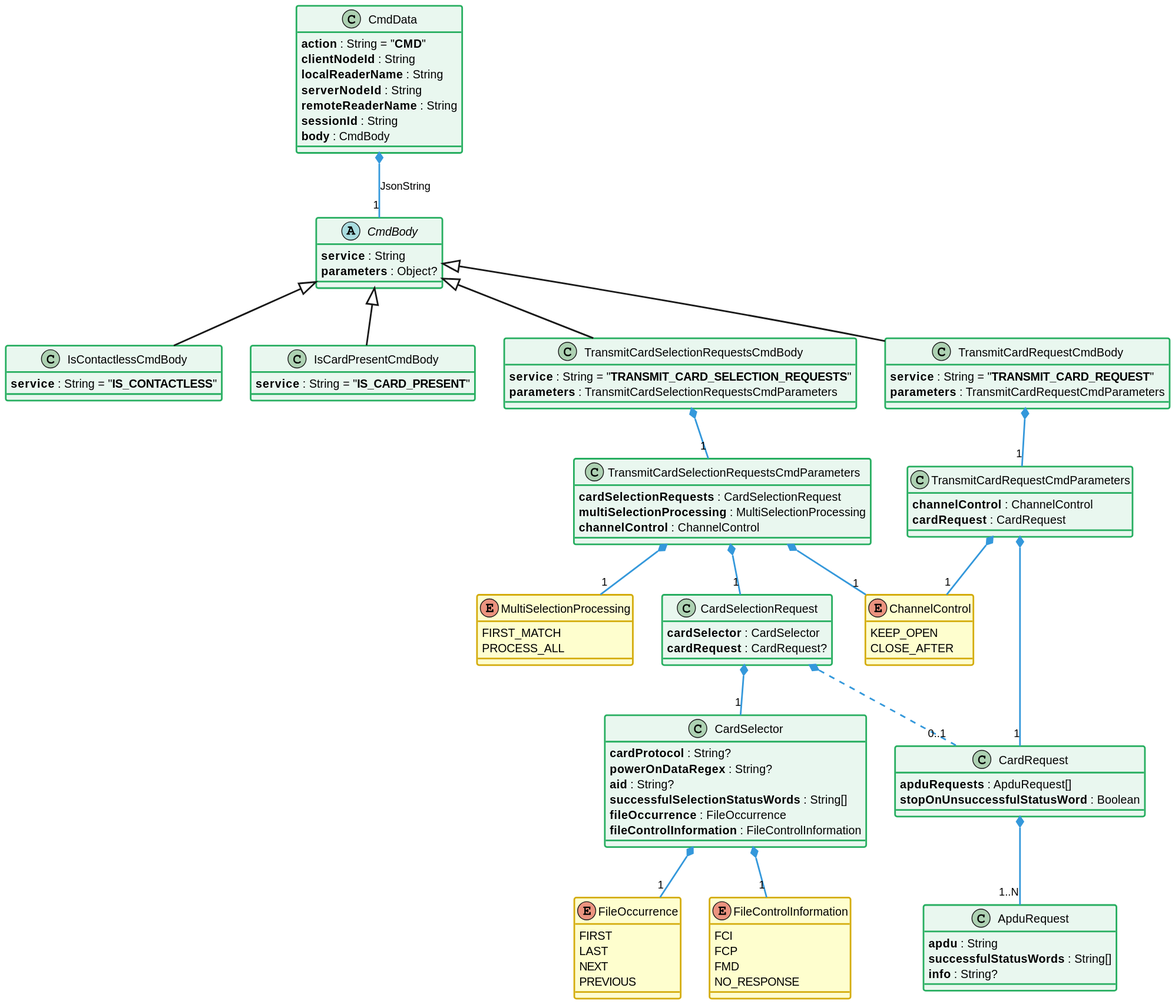
Before: static/media/learn/user-guide/distributed-json-api/distributedJsonApi_classDiagram_cmd.svg, a diagram exported from PlantUML (eclipse-keyple/keyple-website).
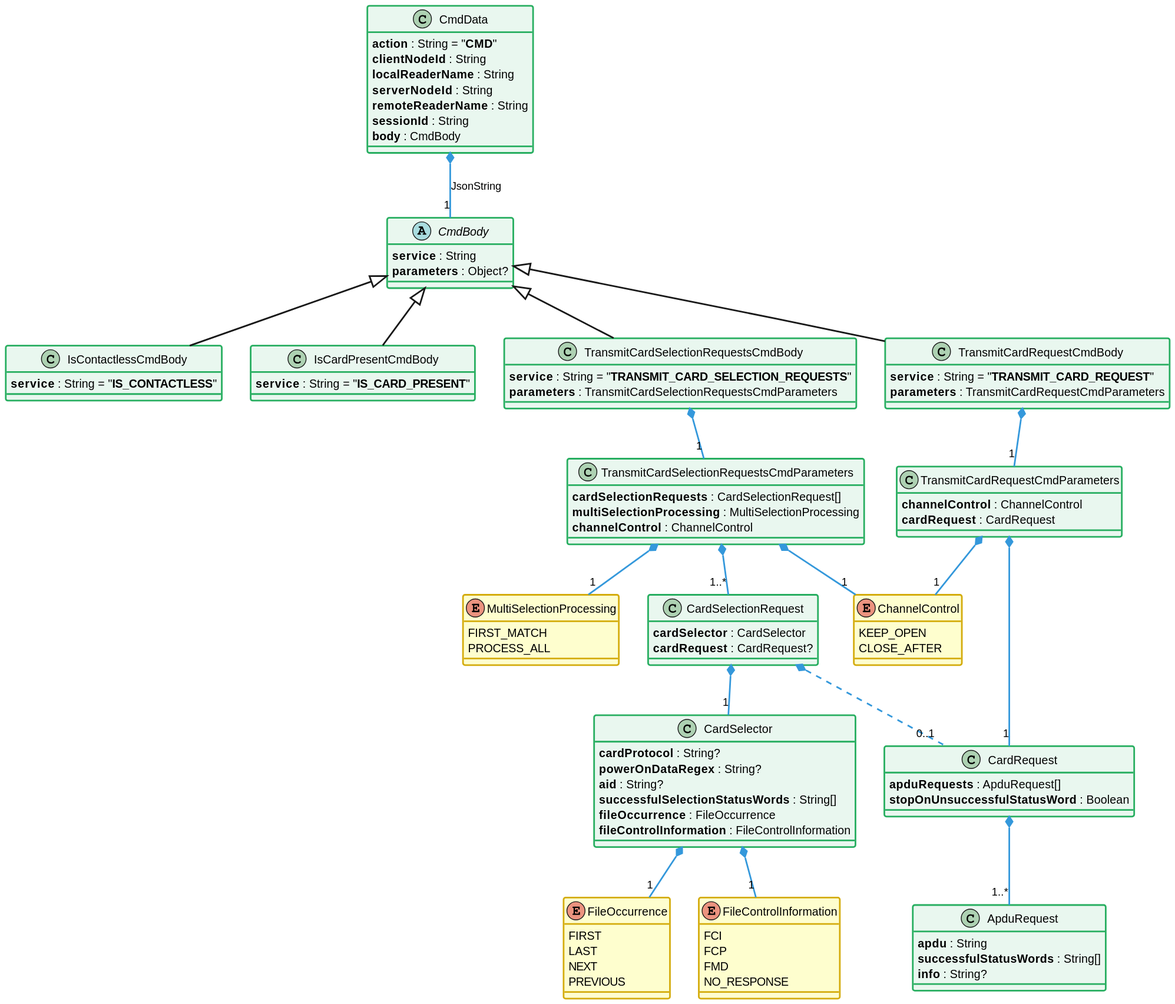
After the change.

Change to the diagram source:
```diff
@@ -64,7 +64,7 @@
     **parameters** : TransmitCardSelectionRequestsCmdParameters
 }
 class TransmitCardSelectionRequestsCmdParameters {
-    **cardSelectionRequests** : CardSelectionRequest
+    **cardSelectionRequests** : CardSelectionRequest[]
     **multiSelectionProcessing** : MultiSelectionProcessing
     **channelControl** : ChannelControl
 }
@@ -124,7 +124,7 @@
 
 TransmitCardSelectionRequestsCmdBody *-- "1" TransmitCardSelectionRequestsCmdParameters #C_LINK
 
-TransmitCardSelectionRequestsCmdParameters *-- "1" CardSelectionRequest #C_LINK
+TransmitCardSelectionRequestsCmdParameters *-- "1..*" CardSelectionRequest #C_LINK
 TransmitCardSelectionRequestsCmdParameters *-- "1" MultiSelectionProcessing #C_LINK
 TransmitCardSelectionRequestsCmdParameters *-- "1" ChannelControl #C_LINK
 
@@ -134,7 +134,7 @@
 CardSelector *-- "1" FileOccurrence #C_LINK
 CardSelector *-- "1" FileControlInformation #C_LINK
 
-CardRequest *-- "1..N" ApduRequest #C_LINK
+CardRequest *-- "1..*" ApduRequest #C_LINK
 
 TransmitCardRequestCmdBody *-- "1" TransmitCardRequestCmdParameters #C_LINK
 
```
